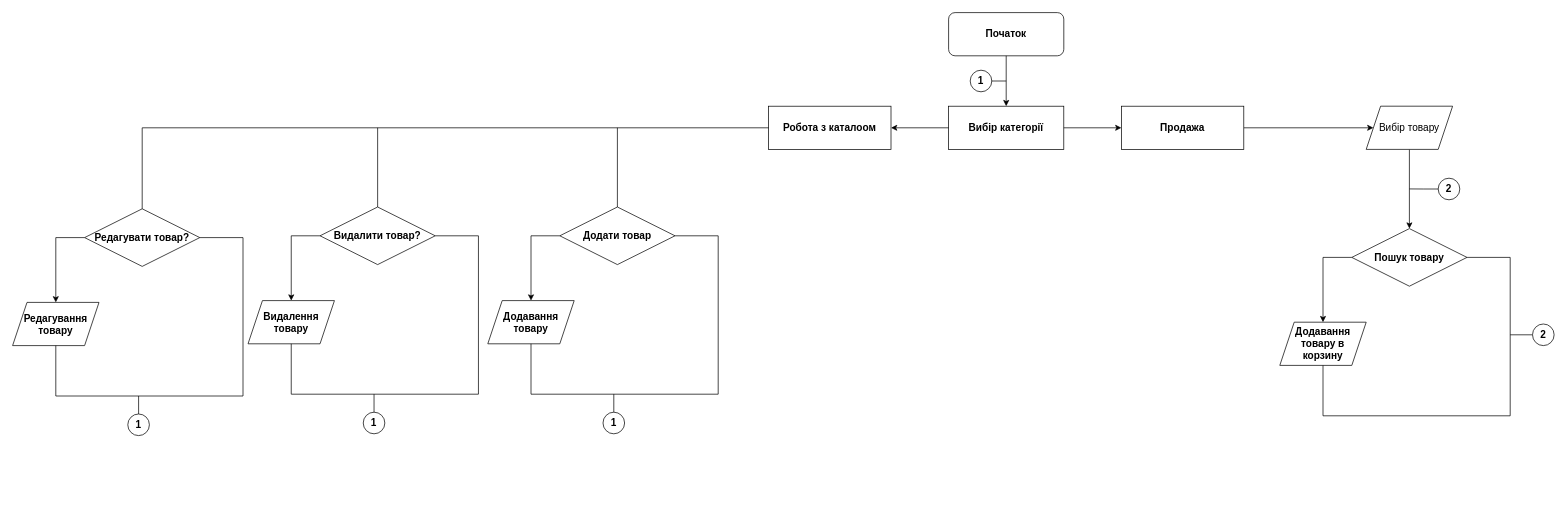
The draw.io diagram CrmBL/Untitled Diagram.drawio in Moqu3f/ToyShopCRM, before the edit. Source tidied: cells renumbered, new cells numbered last; positions are measured from the earlier drawing's top-left corner, leaving out a move shared by most shapes. Both pictures are drawn from the tidied source at 72%, with x=0, y=0 at pixel (12, 12).
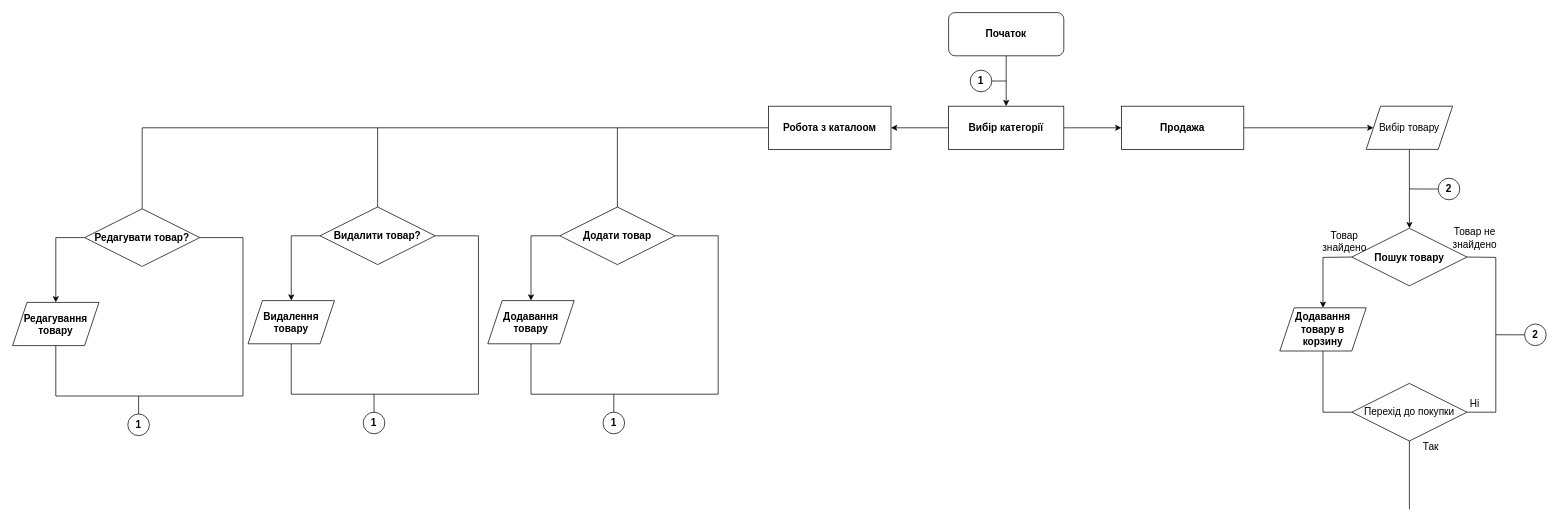
After the change.

Change to the diagram source:
```diff
@@
     <mxCell id="38" value="Пошук товару" style="rhombus;whiteSpace=wrap;html=1;fontStyle=1;fontSize=14;" parent="1" vertex="1">
-      <mxGeometry x="1860" y="300" width="160" height="80" as="geometry" />
+      <mxGeometry x="1860" y="299.5" width="160" height="80" as="geometry" />
     </mxCell>
+    <mxCell id="47" style="edgeStyle=orthogonalEdgeStyle;rounded=0;jettySize=auto;html=1;exitX=0.5;exitY=1;exitDx=0;exitDy=0;entryX=0;entryY=0.5;entryDx=0;entryDy=0;fontSize=14;endArrow=none;endFill=0;" parent="1" edge="1" source="39" target="51">
+      <mxGeometry relative="1" as="geometry" />
+    </mxCell>
     <mxCell id="39" value="Додавання товару в корзину" style="shape=parallelogram;perimeter=parallelogramPerimeter;whiteSpace=wrap;html=1;fixedSize=1;fontStyle=1;fontSize=14;" parent="1" vertex="1">
-      <mxGeometry x="1760" y="430" width="120" height="60" as="geometry" />
+      <mxGeometry x="1760" y="410" width="120" height="60" as="geometry" />
     </mxCell>
-    <mxCell id="40" style="endArrow=classic;html=1;rounded=0;entryX=0.5;entryY=0;entryDx=0;entryDy=0;exitX=0;exitY=0.5;exitDx=0;exitDy=0;fontStyle=1;fontSize=14;" parent="1" edge="1" source="38" target="39">
+    <mxCell id="40" style="endArrow=classic;html=1;rounded=0;exitX=0;exitY=0.5;exitDx=0;exitDy=0;fontStyle=1;fontSize=14;" parent="1" edge="1" source="38">
       <mxGeometry relative="1" as="geometry">
+        <mxPoint x="1820" y="410" as="targetPoint" />
         <Array as="points">
           <mxPoint x="1820" y="340" />
         </Array>
       </mxGeometry>
     </mxCell>
-    <mxCell id="41" style="endArrow=none;html=1;rounded=0;entryX=0.5;entryY=1;entryDx=0;entryDy=0;fontStyle=1;fontSize=14;" parent="1" edge="1" target="39">
-      <mxGeometry relative="1" as="geometry">
-        <mxPoint x="2080" y="560" as="sourcePoint" />
-        <Array as="points">
-          <mxPoint x="1820" y="560" />
-        </Array>
-      </mxGeometry>
-    </mxCell>
-    <mxCell id="42" style="endArrow=none;html=1;rounded=0;entryX=1;entryY=0.5;entryDx=0;entryDy=0;fontStyle=1;fontSize=14;" parent="1" edge="1" target="38">
-      <mxGeometry relative="1" as="geometry">
-        <mxPoint x="2080" y="560" as="sourcePoint" />
-        <Array as="points">
-          <mxPoint x="2080" y="340" />
-        </Array>
-      </mxGeometry>
-    </mxCell>
@@
-    <mxCell id="45" style="edgeStyle=orthogonalEdgeStyle;rounded=0;jettySize=auto;html=1;exitX=0;exitY=0.5;exitDx=0;exitDy=0;fontSize=14;endArrow=none;endFill=0;" parent="1" edge="1" source="46">
-      <mxGeometry relative="1" as="geometry">
-        <mxPoint x="2080" y="447.4" as="targetPoint" />
-      </mxGeometry>
-    </mxCell>
+    <mxCell id="48" value="Товар знайдено" style="text;html=1;strokeColor=none;fillColor=none;align=center;verticalAlign=middle;whiteSpace=wrap;rounded=0;fontSize=14;" parent="1" vertex="1">
+      <mxGeometry x="1820" y="302.5" width="60" height="30" as="geometry" />
+    </mxCell>
+    <mxCell id="49" value="Товар не знайдено" style="text;html=1;strokeColor=none;fillColor=none;align=center;verticalAlign=middle;whiteSpace=wrap;rounded=0;fontSize=14;" parent="1" vertex="1">
+      <mxGeometry x="2001" y="297.5" width="60" height="30" as="geometry" />
+    </mxCell>
+    <mxCell id="50" style="edgeStyle=orthogonalEdgeStyle;rounded=0;jettySize=auto;html=1;exitX=0;exitY=0.5;exitDx=0;exitDy=0;fontSize=14;endArrow=none;endFill=0;" parent="1" edge="1" source="46">
+      <mxGeometry relative="1" as="geometry">
+        <mxPoint x="2060" y="447.4" as="targetPoint" />
+      </mxGeometry>
+    </mxCell>
     <mxCell id="46" value="2" style="ellipse;whiteSpace=wrap;html=1;fontStyle=1;fontSize=14;" parent="1" vertex="1">
-      <mxGeometry x="2111" y="432.5" width="30" height="30" as="geometry" />
+      <mxGeometry x="2100" y="432.5" width="30" height="30" as="geometry" />
     </mxCell>
+    <mxCell id="51" value="Перехід до покупки" style="rhombus;whiteSpace=wrap;html=1;fontSize=14;" parent="1" vertex="1">
+      <mxGeometry x="1860" y="515" width="160" height="80" as="geometry" />
+    </mxCell>
+    <mxCell id="52" style="endArrow=none;html=1;rounded=0;fontSize=14;exitX=1;exitY=0.5;exitDx=0;exitDy=0;entryX=1;entryY=0.5;entryDx=0;entryDy=0;" parent="1" edge="1" source="51" target="38">
+      <mxGeometry relative="1" as="geometry">
+        <Array as="points">
+          <mxPoint x="2060" y="555" />
+          <mxPoint x="2060" y="340" />
+        </Array>
+      </mxGeometry>
+    </mxCell>
+    <mxCell id="53" style="endArrow=none;html=1;rounded=0;fontSize=14;entryX=0.5;entryY=1;entryDx=0;entryDy=0;" parent="1" edge="1" target="51">
+      <mxGeometry relative="1" as="geometry">
+        <mxPoint x="1940" y="690" as="sourcePoint" />
+      </mxGeometry>
+    </mxCell>
+    <mxCell id="54" value="Ні" style="text;html=1;strokeColor=none;fillColor=none;align=center;verticalAlign=middle;whiteSpace=wrap;rounded=0;fontSize=14;" parent="1" vertex="1">
+      <mxGeometry x="2001" y="527.5" width="60" height="30" as="geometry" />
+    </mxCell>
+    <mxCell id="55" value="Так" style="text;html=1;strokeColor=none;fillColor=none;align=center;verticalAlign=middle;whiteSpace=wrap;rounded=0;fontSize=14;" parent="1" vertex="1">
+      <mxGeometry x="1940" y="587.5" width="60" height="30" as="geometry" />
+    </mxCell>
```
